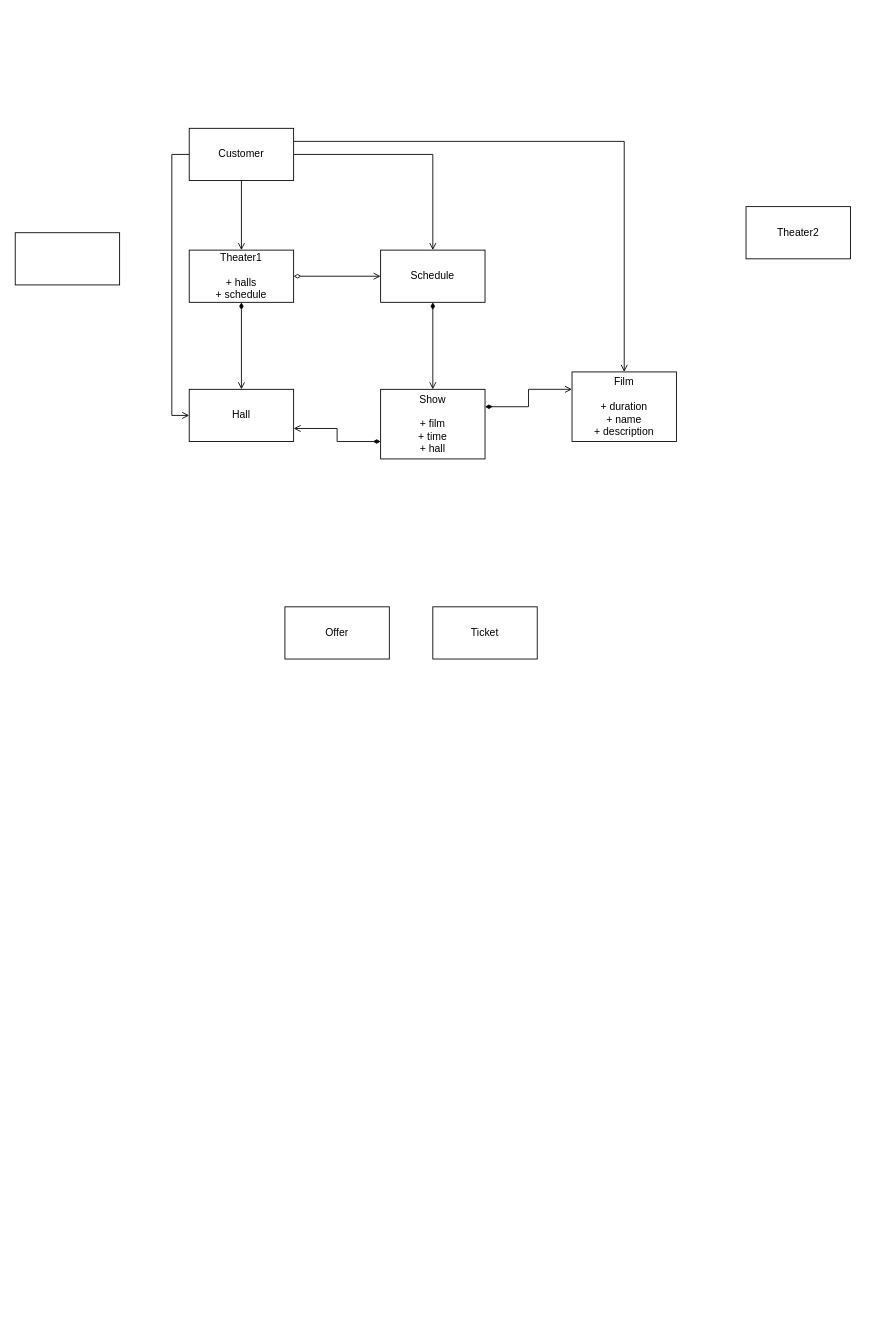
Before: description/logic.drawio in pointuseless/kinocms, a draw.io diagram. Source tidied: cells renumbered, new cells numbered last; positions are measured from the earlier drawing's top-left corner, leaving out a move shared by most shapes. Both pictures are drawn from the tidied source at 87%, with x=0, y=0 at pixel (15, 128).
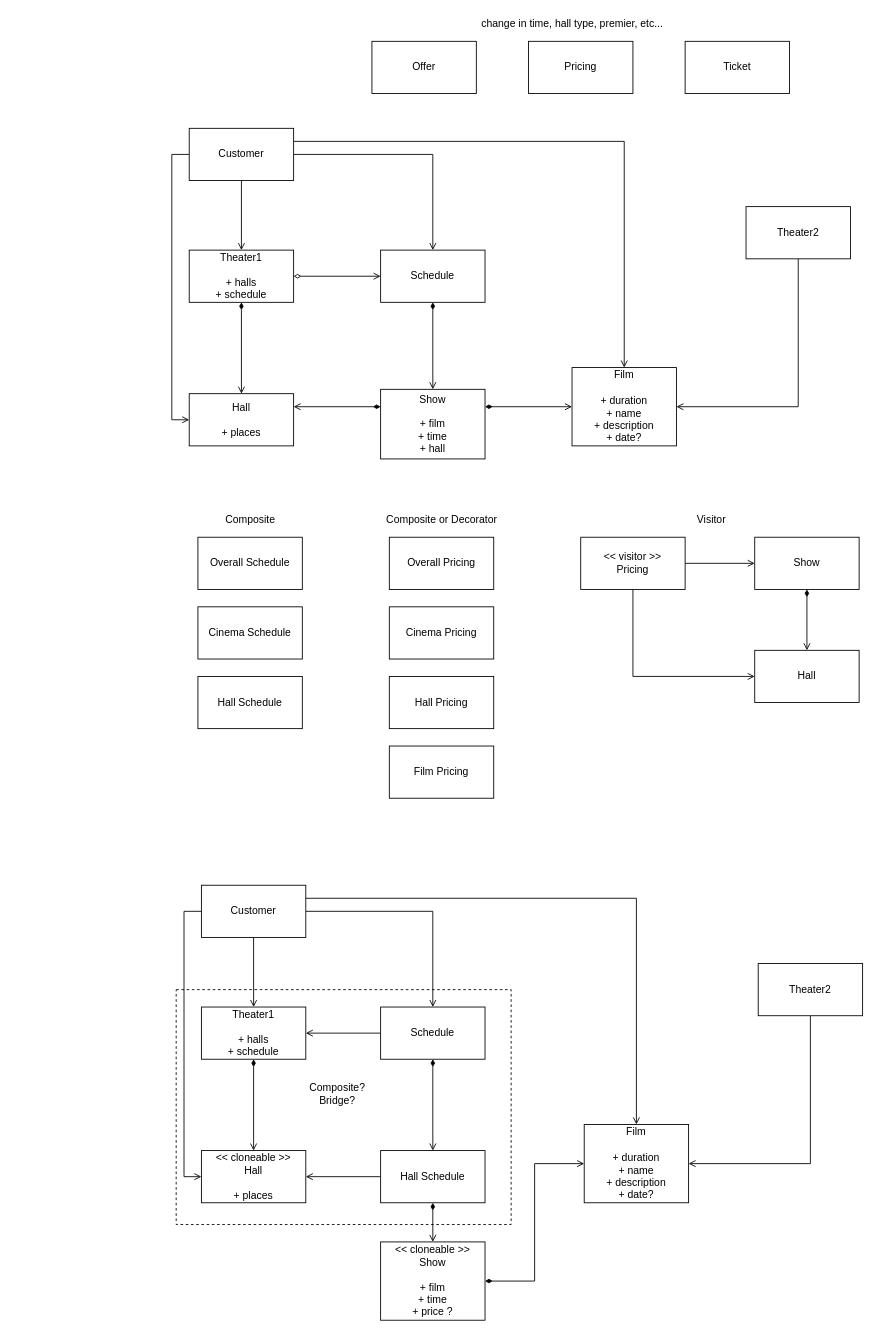
The same page after the edit.

The change refers to these unchanged cells:
```xml
<mxCell id="16" value="Show&lt;br&gt;&lt;br&gt;+ film&lt;br&gt;+ time&lt;br&gt;+ hall" style="rounded=0;whiteSpace=wrap;html=1;" parent="1" vertex="1">
  <mxGeometry x="420" y="300" width="120" height="80" as="geometry" />
</mxCell>
<mxCell id="19" value="Theater2" style="whiteSpace=wrap;html=1;" parent="1" vertex="1">
  <mxGeometry x="840" y="90" width="120" height="60" as="geometry" />
</mxCell>
```

The edit, as a diff of the source:
```diff
@@
+    <mxCell id="21" style="rounded=0;whiteSpace=wrap;html=1;fillColor=none;dashed=1;" parent="1" vertex="1">
+      <mxGeometry x="185" y="990" width="385" height="270" as="geometry" />
+    </mxCell>
@@
-    <mxCell id="7" value="Hall" style="rounded=0;whiteSpace=wrap;html=1;" parent="1" vertex="1">
-      <mxGeometry x="200" y="300" width="120" height="60" as="geometry" />
+    <mxCell id="7" value="Hall&lt;br&gt;&lt;br&gt;+ places" style="rounded=0;whiteSpace=wrap;html=1;" parent="1" vertex="1">
+      <mxGeometry x="200" y="305" width="120" height="60" as="geometry" />
     </mxCell>
@@
     <mxCell id="10" value="Ticket" style="rounded=0;whiteSpace=wrap;html=1;" parent="1" vertex="1">
-      <mxGeometry x="480" y="550" width="120" height="60" as="geometry" />
+      <mxGeometry x="770" y="-100" width="120" height="60" as="geometry" />
     </mxCell>
@@
-    <mxCell id="14" style="edgeStyle=orthogonalEdgeStyle;rounded=0;jettySize=auto;html=1;exitX=1;exitY=0.25;exitDx=0;exitDy=0;entryX=0;entryY=0.25;entryDx=0;entryDy=0;startArrow=diamondThin;startFill=1;endArrow=open;endFill=0;" parent="1" edge="1" source="16" target="17">
+    <mxCell id="14" style="edgeStyle=orthogonalEdgeStyle;rounded=0;jettySize=auto;html=1;exitX=1;exitY=0.25;exitDx=0;exitDy=0;startArrow=diamondThin;startFill=1;endArrow=open;endFill=0;entryX=0;entryY=0.5;entryDx=0;entryDy=0;" parent="1" edge="1" source="16" target="17">
       <mxGeometry relative="1" as="geometry" />
     </mxCell>
-    <mxCell id="15" style="edgeStyle=orthogonalEdgeStyle;rounded=0;jettySize=auto;html=1;exitX=0;exitY=0.75;exitDx=0;exitDy=0;entryX=1;entryY=0.75;entryDx=0;entryDy=0;startArrow=diamondThin;startFill=1;endArrow=open;endFill=0;" parent="1" edge="1" source="16" target="7">
+    <mxCell id="15" style="edgeStyle=orthogonalEdgeStyle;rounded=0;jettySize=auto;html=1;exitX=0;exitY=0.25;exitDx=0;exitDy=0;entryX=1;entryY=0.25;entryDx=0;entryDy=0;startArrow=diamondThin;startFill=1;endArrow=open;endFill=0;" parent="1" edge="1" source="16" target="7">
       <mxGeometry relative="1" as="geometry" />
     </mxCell>
@@
-    <mxCell id="17" value="Film&lt;br&gt;&lt;br&gt;+ duration&lt;br&gt;+ name&lt;br&gt;+ description" style="rounded=0;whiteSpace=wrap;html=1;" parent="1" vertex="1">
-      <mxGeometry x="640" y="280" width="120" height="80" as="geometry" />
+    <mxCell id="17" value="Film&lt;br&gt;&lt;br&gt;+ duration&lt;br&gt;+ name&lt;br&gt;+ description&lt;br&gt;+ date?" style="rounded=0;whiteSpace=wrap;html=1;" parent="1" vertex="1">
+      <mxGeometry x="640" y="275" width="120" height="90" as="geometry" />
     </mxCell>
     <mxCell id="18" value="Offer" style="rounded=0;whiteSpace=wrap;html=1;" parent="1" vertex="1">
-      <mxGeometry x="310" y="550" width="120" height="60" as="geometry" />
+      <mxGeometry x="410" y="-100" width="120" height="60" as="geometry" />
     </mxCell>
+    <mxCell id="22" style="edgeStyle=orthogonalEdgeStyle;rounded=0;jettySize=auto;html=1;exitX=0.5;exitY=1;exitDx=0;exitDy=0;entryX=1;entryY=0.5;entryDx=0;entryDy=0;startArrow=none;startFill=0;endArrow=open;endFill=0;" parent="1" edge="1" source="19" target="17">
+      <mxGeometry relative="1" as="geometry" />
+    </mxCell>
@@
-    <mxCell id="20" style="rounded=0;whiteSpace=wrap;html=1;" parent="1" vertex="1">
-      <mxGeometry y="120" width="120" height="60" as="geometry" />
-    </mxCell>
+    <mxCell id="23" value="Pricing" style="rounded=0;whiteSpace=wrap;html=1;" parent="1" vertex="1">
+      <mxGeometry x="590" y="-100" width="120" height="60" as="geometry" />
+    </mxCell>
+    <mxCell id="24" value="change in time, hall type, premier, etc..." style="text;html=1;align=center;verticalAlign=middle;" parent="1" vertex="1">
+      <mxGeometry x="530" y="-130" width="220" height="20" as="geometry" />
+    </mxCell>
+    <mxCell id="25" value="Cinema Schedule" style="whiteSpace=wrap;html=1;" parent="1" vertex="1">
+      <mxGeometry x="210" y="550" width="120" height="60" as="geometry" />
+    </mxCell>
+    <mxCell id="26" value="Hall Schedule" style="whiteSpace=wrap;html=1;" parent="1" vertex="1">
+      <mxGeometry x="210" y="630" width="120" height="60" as="geometry" />
+    </mxCell>
+    <mxCell id="27" value="Overall Schedule" style="whiteSpace=wrap;html=1;" parent="1" vertex="1">
+      <mxGeometry x="210" y="470" width="120" height="60" as="geometry" />
+    </mxCell>
+    <mxCell id="28" value="Composite" style="text;html=1;align=center;verticalAlign=middle;" parent="1" vertex="1">
+      <mxGeometry x="235" y="440" width="70" height="20" as="geometry" />
+    </mxCell>
+    <mxCell id="29" value="Cinema Pricing" style="whiteSpace=wrap;html=1;" parent="1" vertex="1">
+      <mxGeometry x="430" y="550" width="120" height="60" as="geometry" />
+    </mxCell>
+    <mxCell id="30" value="Hall Pricing" style="whiteSpace=wrap;html=1;" parent="1" vertex="1">
+      <mxGeometry x="430" y="630" width="120" height="60" as="geometry" />
+    </mxCell>
+    <mxCell id="31" value="Overall Pricing" style="whiteSpace=wrap;html=1;" parent="1" vertex="1">
+      <mxGeometry x="430" y="470" width="120" height="60" as="geometry" />
+    </mxCell>
+    <mxCell id="32" value="Composite or Decorator" style="text;html=1;align=center;verticalAlign=middle;" parent="1" vertex="1">
+      <mxGeometry x="420" y="440" width="140" height="20" as="geometry" />
+    </mxCell>
+    <mxCell id="33" value="Film Pricing" style="whiteSpace=wrap;html=1;" parent="1" vertex="1">
+      <mxGeometry x="430" y="710" width="120" height="60" as="geometry" />
+    </mxCell>
+    <mxCell id="34" style="edgeStyle=orthogonalEdgeStyle;rounded=0;jettySize=auto;html=1;exitX=1;exitY=0.5;exitDx=0;exitDy=0;entryX=0;entryY=0.5;entryDx=0;entryDy=0;startArrow=none;startFill=0;endArrow=open;endFill=0;" parent="1" edge="1" source="36" target="38">
+      <mxGeometry relative="1" as="geometry" />
+    </mxCell>
+    <mxCell id="35" style="edgeStyle=orthogonalEdgeStyle;rounded=0;jettySize=auto;html=1;exitX=0.5;exitY=1;exitDx=0;exitDy=0;entryX=0;entryY=0.5;entryDx=0;entryDy=0;startArrow=none;startFill=0;endArrow=open;endFill=0;" parent="1" edge="1" source="36" target="39">
+      <mxGeometry relative="1" as="geometry" />
+    </mxCell>
+    <mxCell id="36" value="&amp;lt;&amp;lt; visitor &amp;gt;&amp;gt;&lt;br&gt;Pricing" style="whiteSpace=wrap;html=1;" parent="1" vertex="1">
+      <mxGeometry x="650" y="470" width="120" height="60" as="geometry" />
+    </mxCell>
+    <mxCell id="37" style="edgeStyle=orthogonalEdgeStyle;rounded=0;jettySize=auto;html=1;exitX=0.5;exitY=1;exitDx=0;exitDy=0;entryX=0.5;entryY=0;entryDx=0;entryDy=0;startArrow=diamondThin;startFill=1;endArrow=open;endFill=0;" parent="1" edge="1" source="38" target="39">
+      <mxGeometry relative="1" as="geometry" />
+    </mxCell>
+    <mxCell id="38" value="Show" style="whiteSpace=wrap;html=1;" parent="1" vertex="1">
+      <mxGeometry x="850" y="470" width="120" height="60" as="geometry" />
+    </mxCell>
+    <mxCell id="39" value="Hall" style="whiteSpace=wrap;html=1;" parent="1" vertex="1">
+      <mxGeometry x="850" y="600" width="120" height="60" as="geometry" />
+    </mxCell>
+    <mxCell id="40" value="Visitor" style="text;html=1;align=center;verticalAlign=middle;" parent="1" vertex="1">
+      <mxGeometry x="775" y="440" width="50" height="20" as="geometry" />
+    </mxCell>
+    <mxCell id="41" style="edgeStyle=orthogonalEdgeStyle;rounded=0;jettySize=auto;html=1;exitX=0.5;exitY=1;exitDx=0;exitDy=0;entryX=0.5;entryY=0;entryDx=0;entryDy=0;startArrow=none;startFill=0;endArrow=open;endFill=0;" parent="1" edge="1" source="45" target="51">
+      <mxGeometry relative="1" as="geometry" />
+    </mxCell>
+    <mxCell id="42" style="edgeStyle=orthogonalEdgeStyle;rounded=0;jettySize=auto;html=1;exitX=1;exitY=0.5;exitDx=0;exitDy=0;entryX=0.5;entryY=0;entryDx=0;entryDy=0;startArrow=none;startFill=0;endArrow=open;endFill=0;" parent="1" edge="1" source="45" target="49">
+      <mxGeometry relative="1" as="geometry" />
+    </mxCell>
+    <mxCell id="43" style="edgeStyle=orthogonalEdgeStyle;rounded=0;jettySize=auto;html=1;exitX=1;exitY=0.25;exitDx=0;exitDy=0;entryX=0.5;entryY=0;entryDx=0;entryDy=0;startArrow=none;startFill=0;endArrow=open;endFill=0;" parent="1" edge="1" source="45" target="54">
+      <mxGeometry relative="1" as="geometry" />
+    </mxCell>
+    <mxCell id="44" style="edgeStyle=orthogonalEdgeStyle;rounded=0;jettySize=auto;html=1;exitX=0;exitY=0.5;exitDx=0;exitDy=0;entryX=0;entryY=0.5;entryDx=0;entryDy=0;startArrow=none;startFill=0;endArrow=open;endFill=0;" parent="1" edge="1" source="45" target="46">
+      <mxGeometry relative="1" as="geometry" />
+    </mxCell>
+    <mxCell id="45" value="Customer" style="rounded=0;whiteSpace=wrap;html=1;" parent="1" vertex="1">
+      <mxGeometry x="214" y="870" width="120" height="60" as="geometry" />
+    </mxCell>
+    <mxCell id="46" value="&amp;lt;&amp;lt; cloneable &amp;gt;&amp;gt;&lt;br&gt;Hall&lt;br&gt;&lt;br&gt;+ places" style="rounded=0;whiteSpace=wrap;html=1;" parent="1" vertex="1">
+      <mxGeometry x="214" y="1175" width="120" height="60" as="geometry" />
+    </mxCell>
+    <mxCell id="47" style="edgeStyle=orthogonalEdgeStyle;rounded=0;jettySize=auto;html=1;exitX=0.5;exitY=1;exitDx=0;exitDy=0;entryX=0.5;entryY=0;entryDx=0;entryDy=0;startArrow=diamondThin;startFill=1;endArrow=open;endFill=0;" parent="1" edge="1" source="49" target="59">
+      <mxGeometry relative="1" as="geometry" />
+    </mxCell>
+    <mxCell id="48" style="edgeStyle=orthogonalEdgeStyle;rounded=0;jettySize=auto;html=1;exitX=0;exitY=0.5;exitDx=0;exitDy=0;entryX=1;entryY=0.5;entryDx=0;entryDy=0;startArrow=none;startFill=0;endArrow=open;endFill=0;" parent="1" edge="1" source="49" target="51">
+      <mxGeometry relative="1" as="geometry" />
+    </mxCell>
+    <mxCell id="49" value="Schedule" style="rounded=0;whiteSpace=wrap;html=1;" parent="1" vertex="1">
+      <mxGeometry x="420" y="1010" width="120" height="60" as="geometry" />
+    </mxCell>
+    <mxCell id="50" style="edgeStyle=orthogonalEdgeStyle;rounded=0;jettySize=auto;html=1;exitX=0.5;exitY=1;exitDx=0;exitDy=0;entryX=0.5;entryY=0;entryDx=0;entryDy=0;startArrow=diamondThin;startFill=1;endArrow=open;endFill=0;" parent="1" edge="1" source="51" target="46">
+      <mxGeometry relative="1" as="geometry" />
+    </mxCell>
+    <mxCell id="51" value="Theater1&lt;br&gt;&lt;br&gt;+ halls&lt;br&gt;+ schedule" style="rounded=0;whiteSpace=wrap;html=1;" parent="1" vertex="1">
+      <mxGeometry x="214" y="1010" width="120" height="60" as="geometry" />
+    </mxCell>
+    <mxCell id="52" style="edgeStyle=orthogonalEdgeStyle;rounded=0;jettySize=auto;html=1;exitX=1;exitY=0.5;exitDx=0;exitDy=0;entryX=0;entryY=0.5;entryDx=0;entryDy=0;startArrow=diamondThin;startFill=1;endArrow=open;endFill=0;" parent="1" edge="1" source="53" target="54">
+      <mxGeometry relative="1" as="geometry" />
+    </mxCell>
+    <mxCell id="53" value="&amp;lt;&amp;lt; cloneable &amp;gt;&amp;gt;&lt;br&gt;Show&lt;br&gt;&lt;br&gt;+ film&lt;br&gt;+ time&lt;br&gt;+ price ?" style="rounded=0;whiteSpace=wrap;html=1;" parent="1" vertex="1">
+      <mxGeometry x="420" y="1280" width="120" height="90" as="geometry" />
+    </mxCell>
+    <mxCell id="54" value="Film&lt;br&gt;&lt;br&gt;+ duration&lt;br&gt;+ name&lt;br&gt;+ description&lt;br&gt;+ date?" style="rounded=0;whiteSpace=wrap;html=1;" parent="1" vertex="1">
+      <mxGeometry x="654" y="1145" width="120" height="90" as="geometry" />
+    </mxCell>
+    <mxCell id="55" style="edgeStyle=orthogonalEdgeStyle;rounded=0;jettySize=auto;html=1;exitX=0.5;exitY=1;exitDx=0;exitDy=0;entryX=1;entryY=0.5;entryDx=0;entryDy=0;startArrow=none;startFill=0;endArrow=open;endFill=0;" parent="1" edge="1" source="56" target="54">
+      <mxGeometry relative="1" as="geometry" />
+    </mxCell>
+    <mxCell id="56" value="Theater2" style="whiteSpace=wrap;html=1;" parent="1" vertex="1">
+      <mxGeometry x="854" y="960" width="120" height="60" as="geometry" />
+    </mxCell>
+    <mxCell id="57" style="edgeStyle=orthogonalEdgeStyle;rounded=0;jettySize=auto;html=1;exitX=0.5;exitY=1;exitDx=0;exitDy=0;entryX=0.5;entryY=0;entryDx=0;entryDy=0;startArrow=diamondThin;startFill=1;endArrow=open;endFill=0;" parent="1" edge="1" source="59" target="53">
+      <mxGeometry relative="1" as="geometry" />
+    </mxCell>
+    <mxCell id="58" style="edgeStyle=orthogonalEdgeStyle;rounded=0;jettySize=auto;html=1;exitX=0;exitY=0.5;exitDx=0;exitDy=0;entryX=1;entryY=0.5;entryDx=0;entryDy=0;startArrow=none;startFill=0;endArrow=open;endFill=0;" parent="1" edge="1" source="59" target="46">
+      <mxGeometry relative="1" as="geometry" />
+    </mxCell>
+    <mxCell id="59" value="Hall Schedule" style="whiteSpace=wrap;html=1;" parent="1" vertex="1">
+      <mxGeometry x="420" y="1175" width="120" height="60" as="geometry" />
+    </mxCell>
+    <mxCell id="60" value="Composite?&lt;br&gt;Bridge?" style="text;html=1;align=center;verticalAlign=middle;" parent="1" vertex="1">
+      <mxGeometry x="330" y="1095" width="80" height="30" as="geometry" />
+    </mxCell>
```
